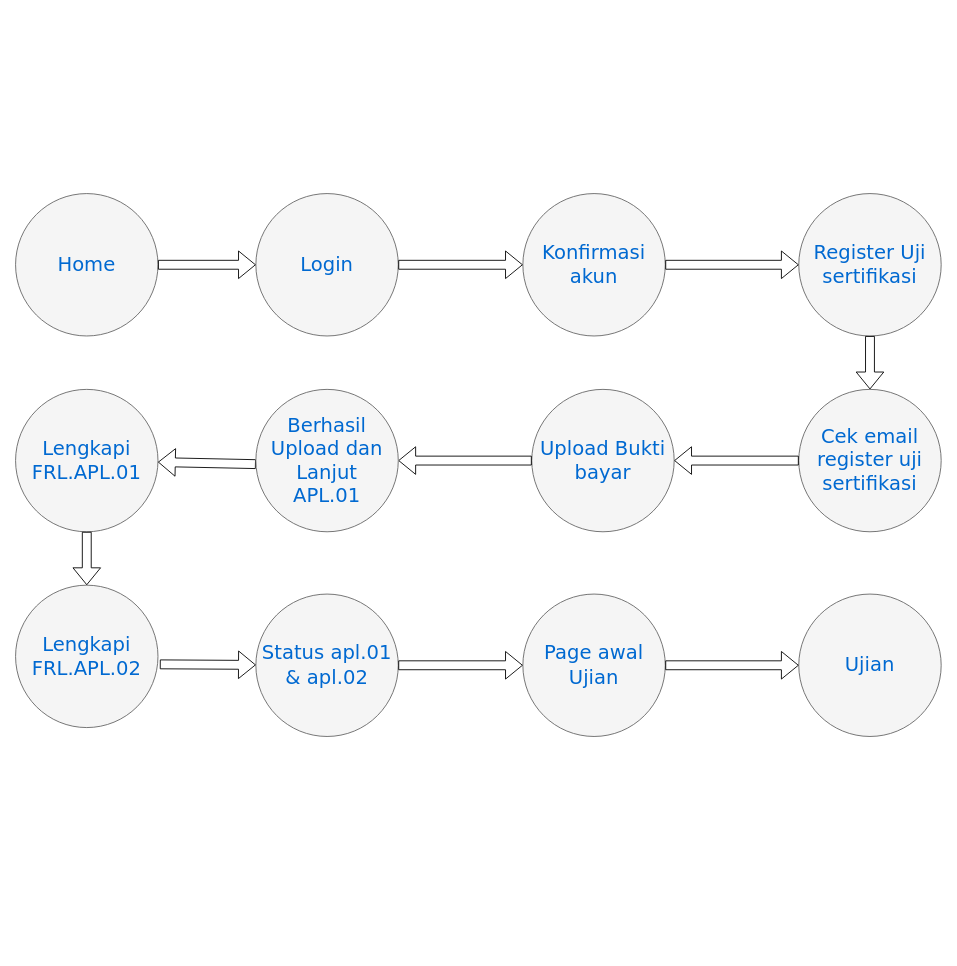
Earlier version of the draw.io diagram Untitled Diagram.drawio (franky19/LSP). Source tidied: cells renumbered, new cells numbered last; positions are measured from the earlier drawing's top-left corner, leaving out a move shared by most shapes. Both pictures are drawn from the tidied source at 89%, with x=0, y=0 at pixel (15, 193).
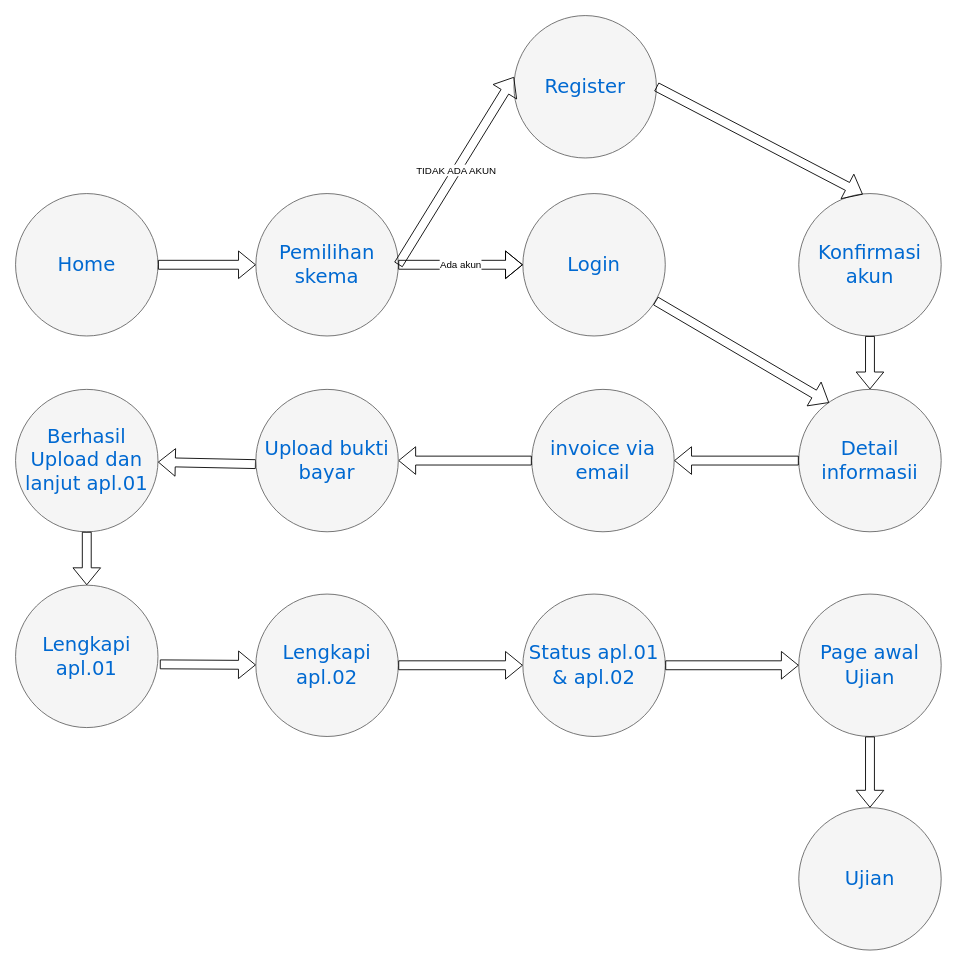
Above is the later version.

Diff of the diagram source:
```diff
@@
-    <mxCell id="3" value="Ujian" style="ellipse;whiteSpace=wrap;html=1;rounded=0;shadow=0;dashed=0;comic=0;fontFamily=Verdana;fontSize=22;fontColor=#0069D1;fillColor=#f5f5f5;strokeColor=#666666;" parent="1" vertex="1">
+    <mxCell id="3" value="Page awal Ujian" style="ellipse;whiteSpace=wrap;html=1;rounded=0;shadow=0;dashed=0;comic=0;fontFamily=Verdana;fontSize=22;fontColor=#0069D1;fillColor=#f5f5f5;strokeColor=#666666;" parent="1" vertex="1">
       <mxGeometry x="880" y="450" width="160" height="160" as="geometry" />
     </mxCell>
-    <mxCell id="4" value="Register Uji sertifikasi" style="ellipse;whiteSpace=wrap;html=1;rounded=0;shadow=0;dashed=0;comic=0;fontFamily=Verdana;fontSize=22;fontColor=#0069D1;fillColor=#f5f5f5;strokeColor=#666666;" parent="1" vertex="1">
+    <mxCell id="4" value="Konfirmasi akun" style="ellipse;whiteSpace=wrap;html=1;rounded=0;shadow=0;dashed=0;comic=0;fontFamily=Verdana;fontSize=22;fontColor=#0069D1;fillColor=#f5f5f5;strokeColor=#666666;" parent="1" vertex="1">
       <mxGeometry x="880" width="160" height="160" as="geometry" />
     </mxCell>
-    <mxCell id="5" value="Page awal Ujian" style="ellipse;whiteSpace=wrap;html=1;rounded=0;shadow=0;dashed=0;comic=0;fontFamily=Verdana;fontSize=22;fontColor=#0069D1;fillColor=#f5f5f5;strokeColor=#666666;" parent="1" vertex="1">
+    <mxCell id="5" value="Status apl.01 &amp;amp; apl.02" style="ellipse;whiteSpace=wrap;html=1;rounded=0;shadow=0;dashed=0;comic=0;fontFamily=Verdana;fontSize=22;fontColor=#0069D1;fillColor=#f5f5f5;strokeColor=#666666;" parent="1" vertex="1">
       <mxGeometry x="570" y="450" width="160" height="160" as="geometry" />
     </mxCell>
-    <mxCell id="6" value="Cek email register uji sertifikasi" style="ellipse;whiteSpace=wrap;html=1;rounded=0;shadow=0;dashed=0;comic=0;fontFamily=Verdana;fontSize=22;fontColor=#0069D1;fillColor=#f5f5f5;strokeColor=#666666;" parent="1" vertex="1">
+    <mxCell id="6" value="Detail informasii" style="ellipse;whiteSpace=wrap;html=1;rounded=0;shadow=0;dashed=0;comic=0;fontFamily=Verdana;fontSize=22;fontColor=#0069D1;fillColor=#f5f5f5;strokeColor=#666666;" parent="1" vertex="1">
       <mxGeometry x="880" y="220" width="160" height="160" as="geometry" />
     </mxCell>
-    <mxCell id="7" value="Login" style="ellipse;whiteSpace=wrap;html=1;rounded=0;shadow=0;dashed=0;comic=0;fontFamily=Verdana;fontSize=22;fontColor=#0069D1;fillColor=#f5f5f5;strokeColor=#666666;" parent="1" vertex="1">
+    <mxCell id="7" value="Pemilihan skema" style="ellipse;whiteSpace=wrap;html=1;rounded=0;shadow=0;dashed=0;comic=0;fontFamily=Verdana;fontSize=22;fontColor=#0069D1;fillColor=#f5f5f5;strokeColor=#666666;" parent="1" vertex="1">
       <mxGeometry x="270" width="160" height="160" as="geometry" />
     </mxCell>
-    <mxCell id="8" value="Upload Bukti bayar" style="ellipse;whiteSpace=wrap;html=1;rounded=0;shadow=0;dashed=0;comic=0;fontFamily=Verdana;fontSize=22;fontColor=#0069D1;fillColor=#f5f5f5;strokeColor=#666666;" parent="1" vertex="1">
+    <mxCell id="8" value="invoice via email" style="ellipse;whiteSpace=wrap;html=1;rounded=0;shadow=0;dashed=0;comic=0;fontFamily=Verdana;fontSize=22;fontColor=#0069D1;fillColor=#f5f5f5;strokeColor=#666666;" parent="1" vertex="1">
       <mxGeometry x="580" y="220" width="160" height="160" as="geometry" />
     </mxCell>
-    <mxCell id="9" value="Status apl.01 &amp;amp; apl.02" style="ellipse;whiteSpace=wrap;html=1;rounded=0;shadow=0;dashed=0;comic=0;fontFamily=Verdana;fontSize=22;fontColor=#0069D1;fillColor=#f5f5f5;strokeColor=#666666;" parent="1" vertex="1">
+    <mxCell id="9" value="Lengkapi apl.02" style="ellipse;whiteSpace=wrap;html=1;rounded=0;shadow=0;dashed=0;comic=0;fontFamily=Verdana;fontSize=22;fontColor=#0069D1;fillColor=#f5f5f5;strokeColor=#666666;" parent="1" vertex="1">
       <mxGeometry x="270" y="450" width="160" height="160" as="geometry" />
     </mxCell>
-    <mxCell id="10" value="Lengkapi FRL.APL.01" style="ellipse;whiteSpace=wrap;html=1;rounded=0;shadow=0;dashed=0;comic=0;fontFamily=Verdana;fontSize=22;fontColor=#0069D1;fillColor=#f5f5f5;strokeColor=#666666;" parent="1" vertex="1">
+    <mxCell id="10" value="Berhasil Upload dan lanjut apl.01" style="ellipse;whiteSpace=wrap;html=1;rounded=0;shadow=0;dashed=0;comic=0;fontFamily=Verdana;fontSize=22;fontColor=#0069D1;fillColor=#f5f5f5;strokeColor=#666666;" parent="1" vertex="1">
       <mxGeometry y="220" width="160" height="160" as="geometry" />
     </mxCell>
-    <mxCell id="11" value="Konfirmasi akun" style="ellipse;whiteSpace=wrap;html=1;rounded=0;shadow=0;dashed=0;comic=0;fontFamily=Verdana;fontSize=22;fontColor=#0069D1;fillColor=#f5f5f5;strokeColor=#666666;" parent="1" vertex="1">
+    <mxCell id="11" value="Login" style="ellipse;whiteSpace=wrap;html=1;rounded=0;shadow=0;dashed=0;comic=0;fontFamily=Verdana;fontSize=22;fontColor=#0069D1;fillColor=#f5f5f5;strokeColor=#666666;" parent="1" vertex="1">
       <mxGeometry x="570" width="160" height="160" as="geometry" />
     </mxCell>
-    <mxCell id="12" value="Lengkapi FRL.APL.02" style="ellipse;whiteSpace=wrap;html=1;rounded=0;shadow=0;dashed=0;comic=0;fontFamily=Verdana;fontSize=22;fontColor=#0069D1;fillColor=#f5f5f5;strokeColor=#666666;" parent="1" vertex="1">
+    <mxCell id="12" value="Lengkapi apl.01" style="ellipse;whiteSpace=wrap;html=1;rounded=0;shadow=0;dashed=0;comic=0;fontFamily=Verdana;fontSize=22;fontColor=#0069D1;fillColor=#f5f5f5;strokeColor=#666666;" parent="1" vertex="1">
       <mxGeometry y="440" width="160" height="160" as="geometry" />
     </mxCell>
@@
-    <mxCell id="14" style="shape=flexArrow;endArrow=classic;html=1;entryX=0;entryY=0.5;entryDx=0;entryDy=0;" parent="1" edge="1" source="7" target="11">
-      <mxGeometry relative="1" as="geometry" />
+    <mxCell id="14" value="Ada akun" style="shape=flexArrow;endArrow=classic;html=1;entryX=0;entryY=0.5;entryDx=0;entryDy=0;" parent="1" edge="1" source="7" target="11">
+      <mxGeometry relative="1" as="geometry">
+        <Array as="points">
+          <mxPoint x="500" y="80" />
+        </Array>
+      </mxGeometry>
     </mxCell>
-    <mxCell id="15" style="shape=flexArrow;endArrow=classic;html=1;entryX=0;entryY=0.5;entryDx=0;entryDy=0;" parent="1" edge="1" source="11" target="4">
-      <mxGeometry relative="1" as="geometry" />
-    </mxCell>
@@
-    <mxCell id="23" value="Berhasil Upload dan Lanjut &lt;br&gt;APL.01" style="ellipse;whiteSpace=wrap;html=1;rounded=0;shadow=0;dashed=0;comic=0;fontFamily=Verdana;fontSize=22;fontColor=#0069D1;fillColor=#f5f5f5;strokeColor=#666666;" parent="1" vertex="1">
+    <mxCell id="23" value="Upload bukti bayar" style="ellipse;whiteSpace=wrap;html=1;rounded=0;shadow=0;dashed=0;comic=0;fontFamily=Verdana;fontSize=22;fontColor=#0069D1;fillColor=#f5f5f5;strokeColor=#666666;" parent="1" vertex="1">
       <mxGeometry x="270" y="220" width="160" height="160" as="geometry" />
     </mxCell>
@@
+    <mxCell id="25" value="Ujian" style="ellipse;whiteSpace=wrap;html=1;rounded=0;shadow=0;dashed=0;comic=0;fontFamily=Verdana;fontSize=22;fontColor=#0069D1;fillColor=#f5f5f5;strokeColor=#666666;" parent="1" vertex="1">
+      <mxGeometry x="880" y="690" width="160" height="160" as="geometry" />
+    </mxCell>
+    <mxCell id="26" style="shape=flexArrow;endArrow=classic;html=1;entryX=0.5;entryY=0;entryDx=0;entryDy=0;" parent="1" edge="1" source="3" target="25">
+      <mxGeometry relative="1" as="geometry" />
+    </mxCell>
+    <mxCell id="27" value="Register" style="ellipse;whiteSpace=wrap;html=1;rounded=0;shadow=0;dashed=0;comic=0;fontFamily=Verdana;fontSize=22;fontColor=#0069D1;fillColor=#f5f5f5;strokeColor=#666666;" parent="1" vertex="1">
+      <mxGeometry x="560" y="-200" width="160" height="160" as="geometry" />
+    </mxCell>
+    <mxCell id="28" value="TIDAK ADA AKUN" style="shape=flexArrow;endArrow=classic;html=1;entryX=0;entryY=0.431;entryDx=0;entryDy=0;entryPerimeter=0;" parent="1" edge="1" target="27">
+      <mxGeometry relative="1" as="geometry">
+        <mxPoint x="430" y="80" as="sourcePoint" />
+      </mxGeometry>
+    </mxCell>
+    <mxCell id="29" style="shape=flexArrow;endArrow=classic;html=1;entryX=0.45;entryY=0.006;entryDx=0;entryDy=0;entryPerimeter=0;exitX=1;exitY=0.5;exitDx=0;exitDy=0;" parent="1" edge="1" source="27" target="4">
+      <mxGeometry relative="1" as="geometry" />
+    </mxCell>
+    <mxCell id="30" style="shape=flexArrow;endArrow=classic;html=1;entryX=0.213;entryY=0.094;entryDx=0;entryDy=0;entryPerimeter=0;" parent="1" edge="1" source="11" target="6">
+      <mxGeometry relative="1" as="geometry" />
+    </mxCell>
```
